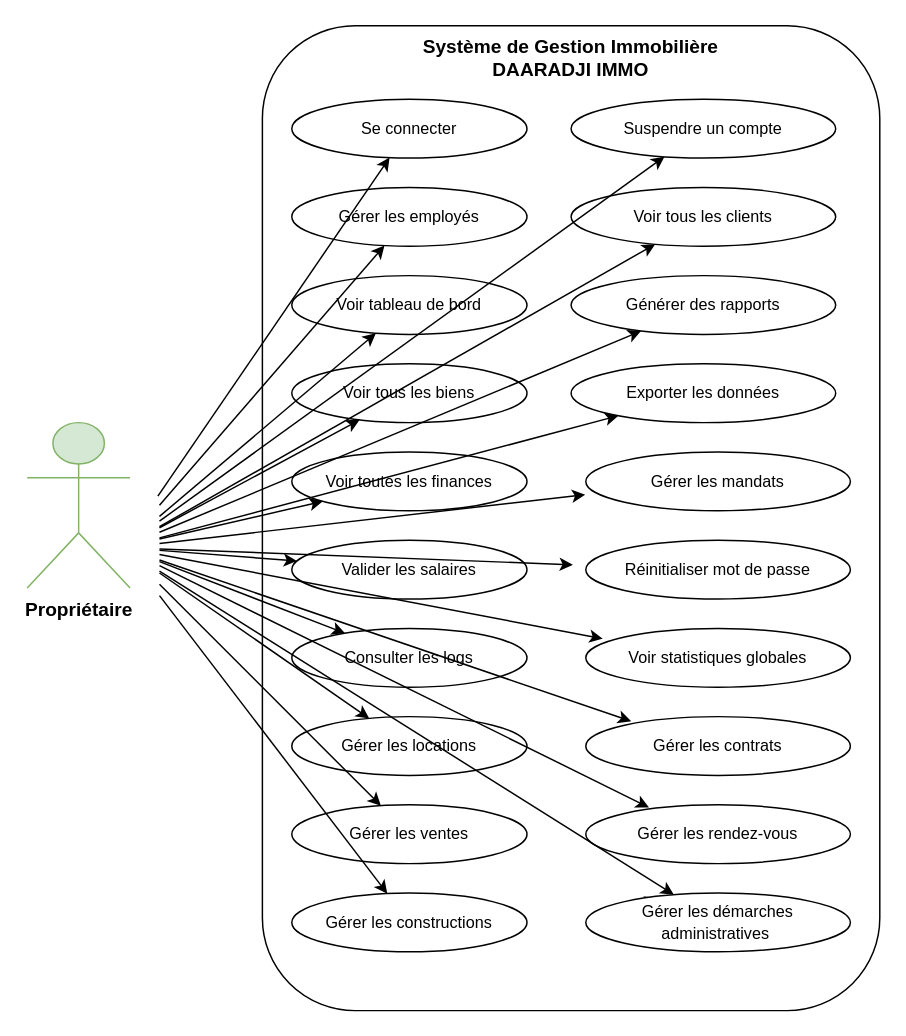
Above: page "UseCase-Proprietaire" (2 of 9) of diagramme-contexte.drawio in Awa-ndao/gestion-immobiliere-daaradji (draw.io), before the change. Source tidied: cells renumbered, new cells numbered last; positions are measured from the earlier drawing's top-left corner, leaving out a move shared by most shapes. Both pictures are drawn from the tidied source at 147%, with x=0, y=0 at pixel (26, 25).
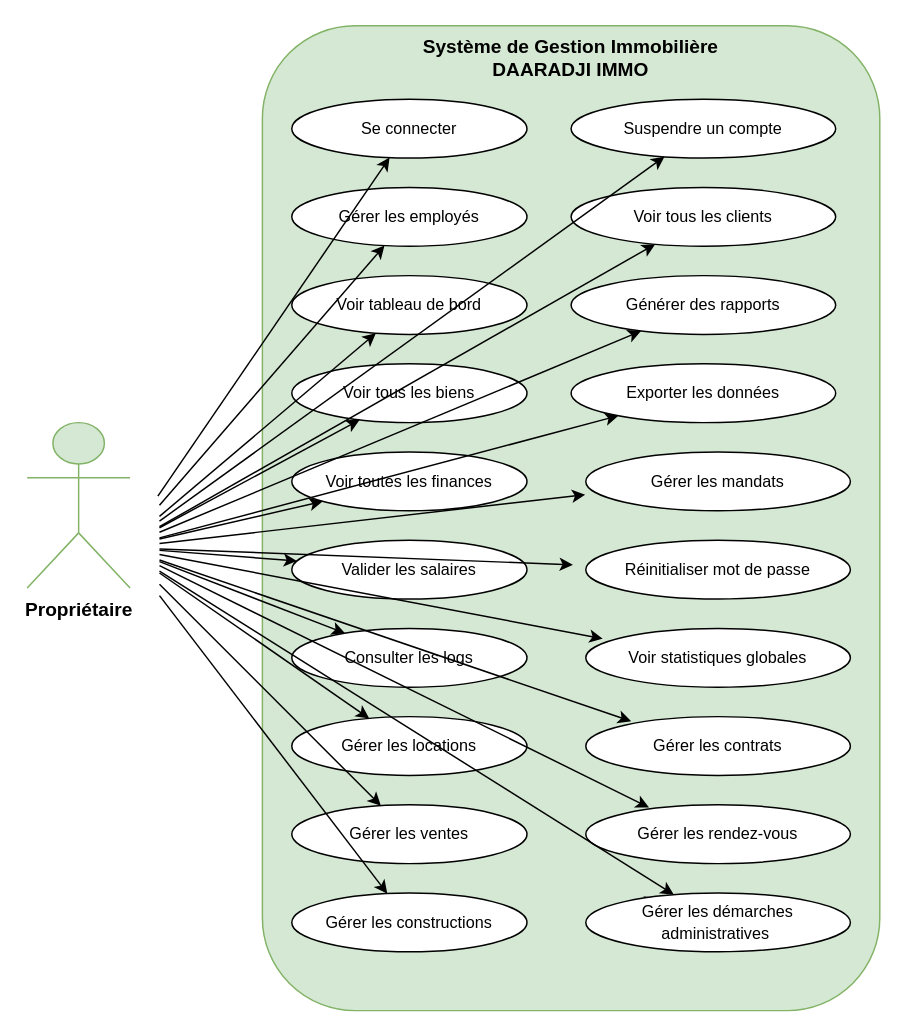
After the change.

Diff of the diagram source:
```diff
@@
-    <mxCell id="2" value="Système de Gestion Immobilière&#10;DAARADJI IMMO" style="rounded=1;whiteSpace=wrap;html=1;fillColor=none;     strokeColor=#000000;fontSize=13;fontStyle=1;verticalAlign=top;     spacingTop=10;" parent="1" vertex="1">
+    <mxCell id="2" value="Système de Gestion Immobilière&#10;DAARADJI IMMO" style="rounded=1;whiteSpace=wrap;html=1;fillColor=#d5e8d4;     strokeColor=#000000;fontSize=13;fontStyle=1;verticalAlign=top;     spacingTop=10;strokeColor=#82b366;" parent="1" vertex="1">
       <mxGeometry x="160" width="420" height="670" as="geometry" />
     </mxCell>
```
